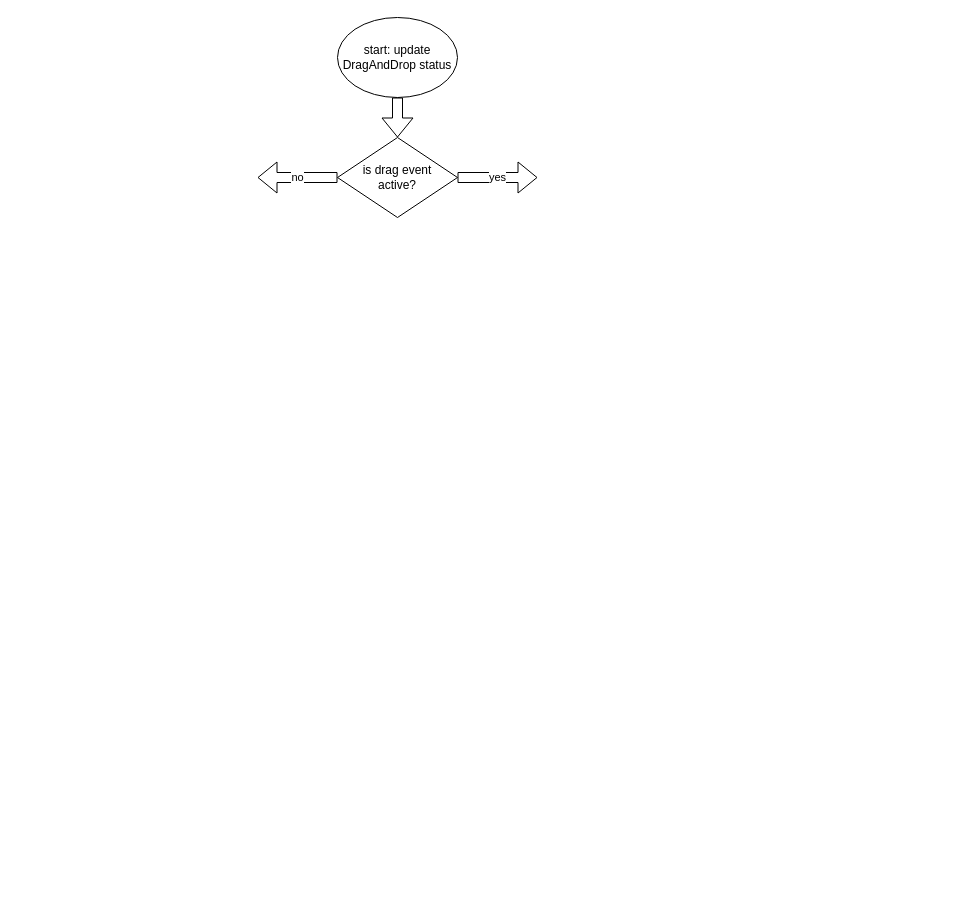
izumidaye/psobb-custom-HUD keeps this draw.io diagram as custom hud/drag and drop update flow.drawio. Above is the earlier version. Source tidied: cells renumbered, new cells numbered last; positions are measured from the earlier drawing's top-left corner, leaving out a move shared by most shapes. Both pictures are drawn from the tidied source at 100%, with x=0, y=0 at pixel (257, 17).
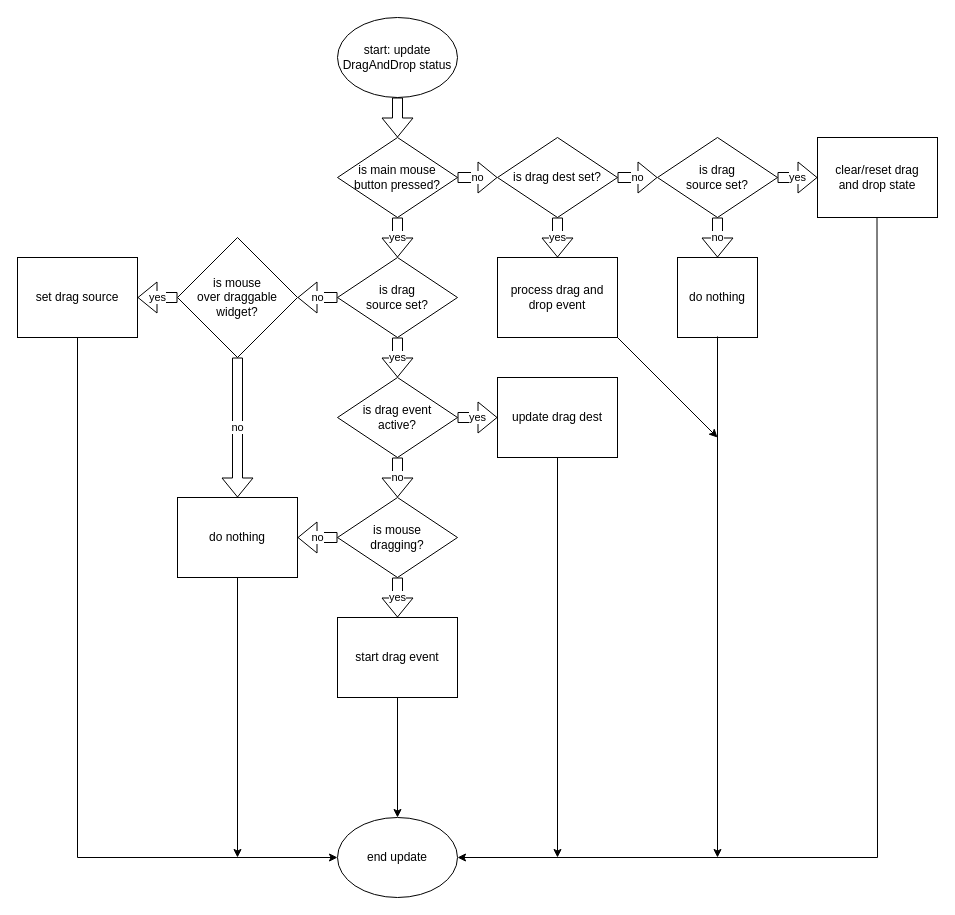
Above is the later version.

Change to the diagram source:
```diff
@@
-    <mxCell id="3" value="is drag event active?" style="rhombus;whiteSpace=wrap;html=1;spacing=7;" parent="1" vertex="1">
+    <mxCell id="3" value="is main mouse button pressed?" style="rhombus;whiteSpace=wrap;html=1;spacing=7;" parent="1" vertex="1">
       <mxGeometry x="80" y="120" width="120" height="80" as="geometry" />
     </mxCell>
@@
+    <mxCell id="7" value="yes" style="shape=flexArrow;endArrow=classic;html=1;exitX=0.5;exitY=1;exitDx=0;exitDy=0;" parent="1" edge="1" source="3">
+      <mxGeometry relative="1" as="geometry">
+        <mxPoint x="140" y="240" as="targetPoint" />
+      </mxGeometry>
+    </mxCell>
+    <mxCell id="8" value="no" style="shape=flexArrow;endArrow=classic;html=1;exitX=1;exitY=0.5;exitDx=0;exitDy=0;" parent="1" edge="1" source="3" target="9">
+      <mxGeometry relative="1" as="geometry" />
+    </mxCell>
+    <mxCell id="9" value="is drag dest set?" style="rhombus;whiteSpace=wrap;html=1;" parent="1" vertex="1">
+      <mxGeometry x="240" y="120" width="120" height="80" as="geometry" />
+    </mxCell>
+    <mxCell id="10" value="yes" style="shape=flexArrow;endArrow=classic;html=1;exitX=0.5;exitY=1;exitDx=0;exitDy=0;" parent="1" edge="1" source="9" target="11">
+      <mxGeometry relative="1" as="geometry" />
+    </mxCell>
+    <mxCell id="11" value="process drag and drop event" style="rounded=0;whiteSpace=wrap;html=1;" parent="1" vertex="1">
+      <mxGeometry x="240" y="240" width="120" height="80" as="geometry" />
+    </mxCell>
+    <mxCell id="12" value="&lt;div&gt;is drag&lt;/div&gt;&lt;div&gt;source set?&lt;/div&gt;" style="rhombus;whiteSpace=wrap;html=1;" parent="1" vertex="1">
+      <mxGeometry x="80" y="240" width="120" height="80" as="geometry" />
+    </mxCell>
-    <mxCell id="5" value="no" style="shape=flexArrow;endArrow=classic;html=1;exitX=0;exitY=0.5;exitDx=0;exitDy=0;" parent="1" edge="1" source="3">
-      <mxGeometry relative="1" as="geometry">
-        <mxPoint y="160" as="targetPoint" />
-      </mxGeometry>
+    <mxCell id="5" value="no" style="shape=flexArrow;endArrow=classic;html=1;exitX=0;exitY=0.5;exitDx=0;exitDy=0;" parent="1" edge="1" source="12" target="13">
+      <mxGeometry relative="1" as="geometry" />
     </mxCell>
+    <mxCell id="13" value="&lt;div&gt;is mouse&lt;/div&gt;&lt;div&gt;over draggable&lt;/div&gt;&lt;div&gt;widget?&lt;br&gt;&lt;/div&gt;" style="rhombus;whiteSpace=wrap;html=1;" parent="1" vertex="1">
+      <mxGeometry x="-80" y="220" width="120" height="120" as="geometry" />
+    </mxCell>
+    <mxCell id="14" value="no" style="shape=flexArrow;endArrow=classic;html=1;exitX=0.5;exitY=1;exitDx=0;exitDy=0;" parent="1" edge="1" source="13" target="15">
+      <mxGeometry relative="1" as="geometry" />
+    </mxCell>
+    <mxCell id="15" value="do nothing" style="rounded=0;whiteSpace=wrap;html=1;" parent="1" vertex="1">
+      <mxGeometry x="-80" y="480" width="120" height="80" as="geometry" />
+    </mxCell>
+    <mxCell id="16" value="yes" style="shape=flexArrow;endArrow=classic;html=1;exitX=0.5;exitY=1;exitDx=0;exitDy=0;" parent="1" edge="1" source="12" target="17">
+      <mxGeometry relative="1" as="geometry" />
+    </mxCell>
+    <mxCell id="17" value="&lt;div&gt;is drag event&lt;/div&gt;&lt;div&gt;active?&lt;br&gt;&lt;/div&gt;" style="rhombus;whiteSpace=wrap;html=1;" parent="1" vertex="1">
+      <mxGeometry x="80" y="360" width="120" height="80" as="geometry" />
+    </mxCell>
-    <mxCell id="6" value="yes" style="shape=flexArrow;endArrow=classic;html=1;exitX=1;exitY=0.5;exitDx=0;exitDy=0;" parent="1" edge="1" source="3">
-      <mxGeometry relative="1" as="geometry">
-        <mxPoint x="280" y="160" as="targetPoint" />
-      </mxGeometry>
+    <mxCell id="6" value="yes" style="shape=flexArrow;endArrow=classic;html=1;exitX=1;exitY=0.5;exitDx=0;exitDy=0;" parent="1" edge="1" source="17" target="18">
+      <mxGeometry relative="1" as="geometry" />
     </mxCell>
+    <mxCell id="18" value="update drag dest" style="rounded=0;whiteSpace=wrap;html=1;" parent="1" vertex="1">
+      <mxGeometry x="240" y="360" width="120" height="80" as="geometry" />
+    </mxCell>
+    <mxCell id="19" value="no" style="shape=flexArrow;endArrow=classic;html=1;exitX=0.5;exitY=1;exitDx=0;exitDy=0;" parent="1" edge="1" source="17" target="20">
+      <mxGeometry relative="1" as="geometry" />
+    </mxCell>
+    <mxCell id="20" value="&lt;div&gt;is mouse&lt;/div&gt;&lt;div&gt;dragging?&lt;br&gt;&lt;/div&gt;" style="rhombus;whiteSpace=wrap;html=1;" parent="1" vertex="1">
+      <mxGeometry x="80" y="480" width="120" height="80" as="geometry" />
+    </mxCell>
+    <mxCell id="21" value="yes" style="shape=flexArrow;endArrow=classic;html=1;exitX=0.5;exitY=1;exitDx=0;exitDy=0;" parent="1" edge="1" source="20" target="22">
+      <mxGeometry relative="1" as="geometry" />
+    </mxCell>
+    <mxCell id="22" value="start drag event" style="rounded=0;whiteSpace=wrap;html=1;" parent="1" vertex="1">
+      <mxGeometry x="80" y="600" width="120" height="80" as="geometry" />
+    </mxCell>
+    <mxCell id="23" value="no" style="shape=flexArrow;endArrow=classic;html=1;exitX=0;exitY=0.5;exitDx=0;exitDy=0;entryX=1;entryY=0.5;entryDx=0;entryDy=0;" parent="1" edge="1" source="20" target="15">
+      <mxGeometry relative="1" as="geometry" />
+    </mxCell>
+    <mxCell id="24" value="end update" style="ellipse;whiteSpace=wrap;html=1;" parent="1" vertex="1">
+      <mxGeometry x="80" y="800" width="120" height="80" as="geometry" />
+    </mxCell>
+    <mxCell id="25" value="yes" style="shape=flexArrow;endArrow=classic;html=1;exitX=0;exitY=0.5;exitDx=0;exitDy=0;" parent="1" edge="1" source="13" target="26">
+      <mxGeometry relative="1" as="geometry" />
+    </mxCell>
+    <mxCell id="26" value="set drag source" style="rounded=0;whiteSpace=wrap;html=1;" parent="1" vertex="1">
+      <mxGeometry x="-240" y="240" width="120" height="80" as="geometry" />
+    </mxCell>
+    <mxCell id="27" value="no" style="shape=flexArrow;endArrow=classic;html=1;exitX=1;exitY=0.5;exitDx=0;exitDy=0;" parent="1" edge="1" source="9">
+      <mxGeometry relative="1" as="geometry">
+        <mxPoint x="400" y="160" as="targetPoint" />
+      </mxGeometry>
+    </mxCell>
+    <mxCell id="28" style="endArrow=classic;html=1;entryX=0.5;entryY=0;entryDx=0;entryDy=0;exitX=0.5;exitY=1;exitDx=0;exitDy=0;" parent="1" edge="1" source="22" target="24">
+      <mxGeometry relative="1" as="geometry" />
+    </mxCell>
+    <mxCell id="29" style="endArrow=none;html=1;exitX=0.5;exitY=1;exitDx=0;exitDy=0;" parent="1" edge="1" source="26">
+      <mxGeometry relative="1" as="geometry">
+        <mxPoint x="-180" y="840" as="targetPoint" />
+      </mxGeometry>
+    </mxCell>
+    <mxCell id="30" style="endArrow=classic;html=1;entryX=0;entryY=0.5;entryDx=0;entryDy=0;" parent="1" edge="1" target="24">
+      <mxGeometry relative="1" as="geometry">
+        <mxPoint x="-180" y="840" as="sourcePoint" />
+      </mxGeometry>
+    </mxCell>
+    <mxCell id="31" style="endArrow=none;html=1;" parent="1" edge="1">
+      <mxGeometry relative="1" as="geometry">
+        <mxPoint x="620" y="840" as="sourcePoint" />
+        <mxPoint x="619.5" y="200" as="targetPoint" />
+      </mxGeometry>
+    </mxCell>
+    <mxCell id="32" style="endArrow=classic;html=1;exitX=0.5;exitY=1;exitDx=0;exitDy=0;" parent="1" edge="1" source="15">
+      <mxGeometry relative="1" as="geometry">
+        <mxPoint x="-20" y="840" as="targetPoint" />
+      </mxGeometry>
+    </mxCell>
+    <mxCell id="33" style="endArrow=classic;html=1;entryX=1;entryY=0.5;entryDx=0;entryDy=0;" parent="1" edge="1" target="24">
+      <mxGeometry relative="1" as="geometry">
+        <mxPoint x="620" y="840" as="sourcePoint" />
+      </mxGeometry>
+    </mxCell>
+    <mxCell id="34" style="endArrow=classic;html=1;exitX=1;exitY=1;exitDx=0;exitDy=0;" parent="1" edge="1" source="11">
+      <mxGeometry relative="1" as="geometry">
+        <mxPoint x="460" y="420" as="targetPoint" />
+      </mxGeometry>
+    </mxCell>
+    <mxCell id="35" style="endArrow=classic;html=1;exitX=0.5;exitY=1;exitDx=0;exitDy=0;" parent="1" edge="1" source="18">
+      <mxGeometry relative="1" as="geometry">
+        <mxPoint x="300" y="840" as="targetPoint" />
+      </mxGeometry>
+    </mxCell>
+    <mxCell id="36" value="&lt;div&gt;is drag&lt;/div&gt;&lt;div&gt;source set?&lt;br&gt;&lt;/div&gt;" style="rhombus;whiteSpace=wrap;html=1;" parent="1" vertex="1">
+      <mxGeometry x="400" y="120" width="120" height="80" as="geometry" />
+    </mxCell>
+    <mxCell id="37" value="yes" style="shape=flexArrow;endArrow=classic;html=1;" parent="1" edge="1">
+      <mxGeometry relative="1" as="geometry">
+        <mxPoint x="520" y="160" as="sourcePoint" />
+        <mxPoint x="560" y="160" as="targetPoint" />
+      </mxGeometry>
+    </mxCell>
+    <mxCell id="38" value="no" style="shape=flexArrow;endArrow=classic;html=1;" parent="1" edge="1" target="39">
+      <mxGeometry relative="1" as="geometry">
+        <mxPoint x="460" y="200" as="sourcePoint" />
+      </mxGeometry>
+    </mxCell>
+    <mxCell id="39" value="do nothing" style="rounded=0;whiteSpace=wrap;html=1;" parent="1" vertex="1">
+      <mxGeometry x="420" y="240" width="80" height="80" as="geometry" />
+    </mxCell>
+    <mxCell id="40" value="&lt;div&gt;clear/reset drag&lt;/div&gt;&lt;div&gt;and drop state&lt;br&gt;&lt;/div&gt;" style="rounded=0;whiteSpace=wrap;html=1;" parent="1" vertex="1">
+      <mxGeometry x="560" y="120" width="120" height="80" as="geometry" />
+    </mxCell>
+    <mxCell id="41" style="endArrow=classic;html=1;" parent="1" edge="1">
+      <mxGeometry relative="1" as="geometry">
+        <mxPoint x="460" y="319" as="sourcePoint" />
+        <mxPoint x="460" y="840" as="targetPoint" />
+      </mxGeometry>
+    </mxCell>
```
